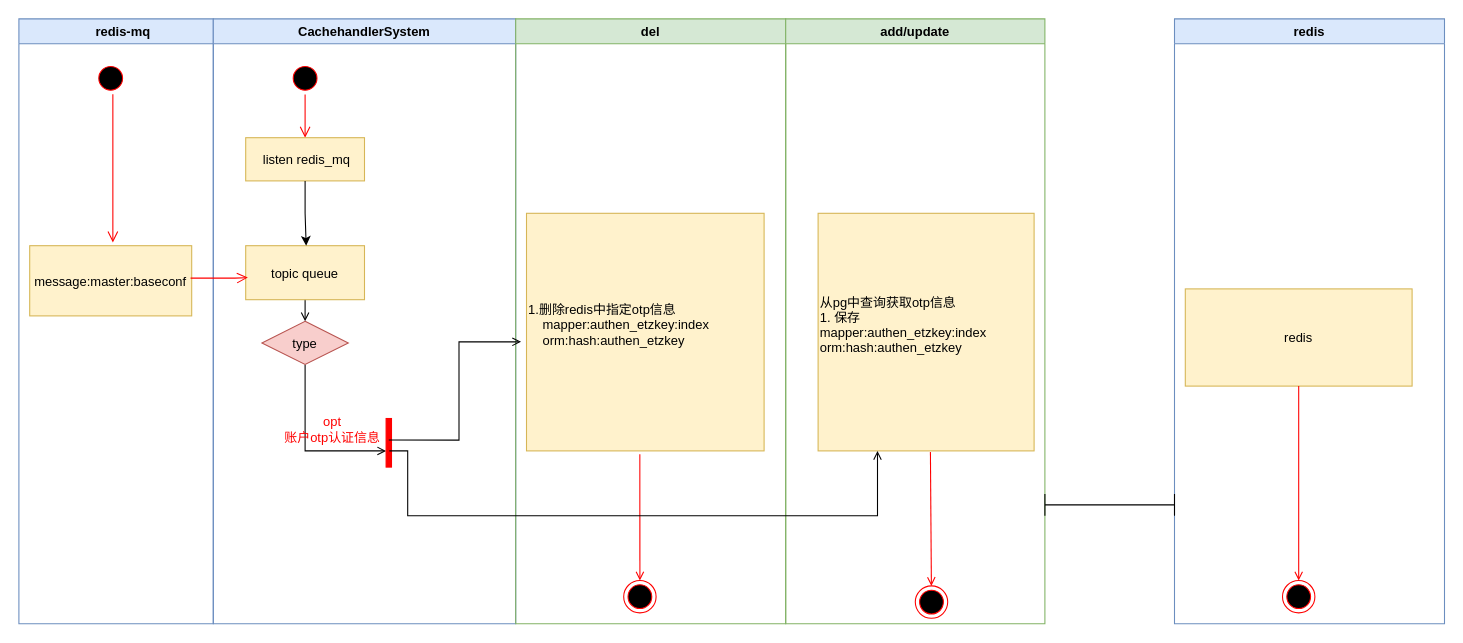
DeanYang121/typora_images keeps this draw.io diagram as page "主帐号基础信息和otp信息-账户otp认证信息" (7 of 18) of cachehandlersystem_消息订阅.drawio. Above is the earlier version. Source tidied: cells renumbered, new cells numbered last; positions are measured from the earlier drawing's top-left corner, leaving out a move shared by most shapes. Both pictures are drawn from the tidied source at 108%, with x=0, y=0 at pixel (18, 18).
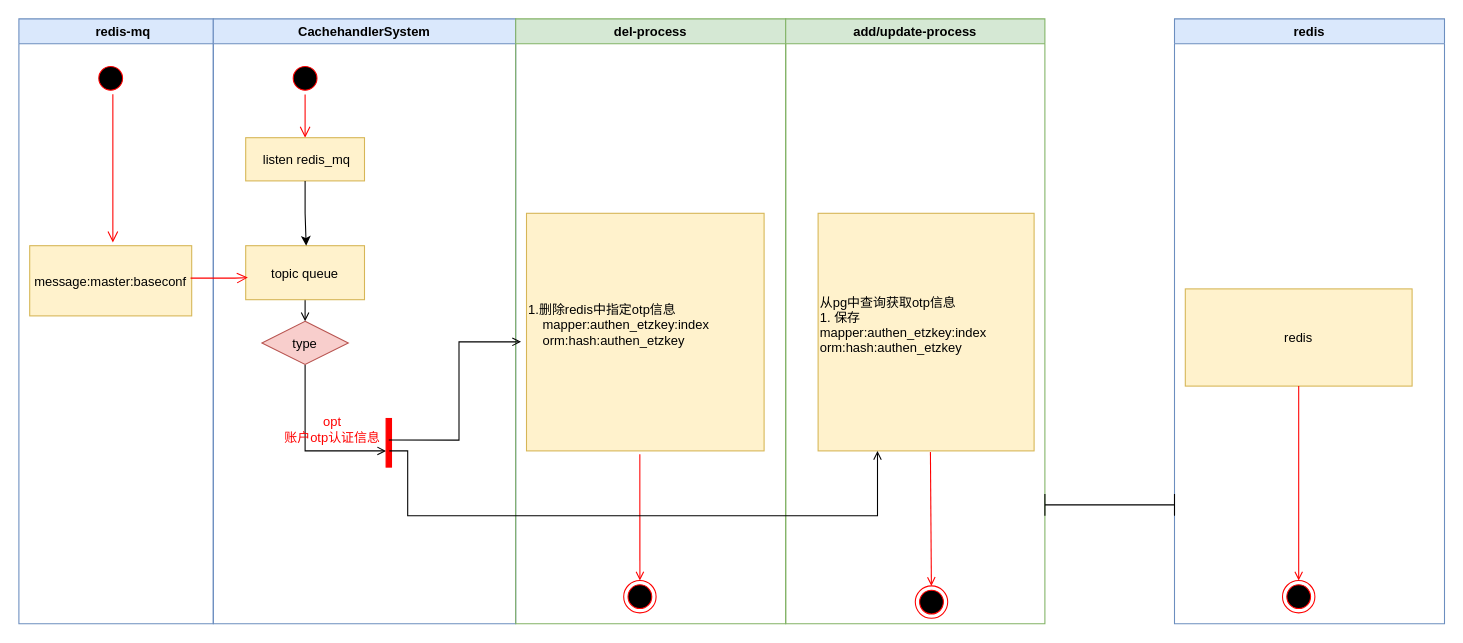
Above is the later version.

Diff of the diagram source:
```diff
@@
-    <mxCell id="17" value="del" style="swimlane;whiteSpace=wrap;fillColor=#d5e8d4;strokeColor=#82b366;" parent="1" vertex="1">
+    <mxCell id="17" value="del-process" style="swimlane;whiteSpace=wrap;fillColor=#d5e8d4;strokeColor=#82b366;" parent="1" vertex="1">
       <mxGeometry x="460" width="250" height="560" as="geometry" />
     </mxCell>
@@
-    <mxCell id="22" value="add/update" style="swimlane;whiteSpace=wrap;fillColor=#d5e8d4;strokeColor=#82b366;" parent="1" vertex="1">
+    <mxCell id="22" value="add/update-process" style="swimlane;whiteSpace=wrap;fillColor=#d5e8d4;strokeColor=#82b366;" parent="1" vertex="1">
       <mxGeometry x="710" width="240" height="560" as="geometry" />
     </mxCell>
```
